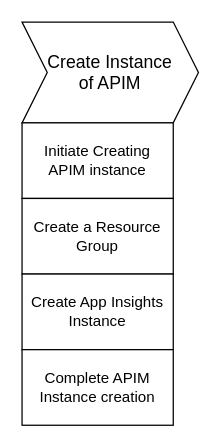
Before: Azure/APIs.drawio in Gaur4vGaur/probable-octo, a draw.io diagram. Source tidied: cells renumbered, new cells numbered last; positions are measured from the earlier drawing's top-left corner, leaving out a move shared by most shapes. Both pictures are drawn from the tidied source at 126%, with x=0, y=0 at pixel (21, 21).
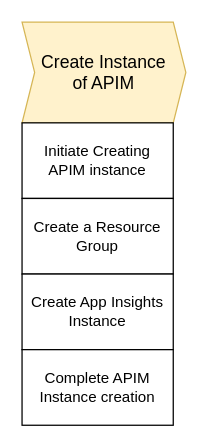
The same diagram, later.

What changed in the source:
```diff
@@
 <mxGraphModel>
   <root>
     <mxCell id="0" />
     <mxCell id="1" parent="0" />
-    <mxCell id="2" value="&lt;font style=&quot;font-size: 14px;&quot;&gt;Create Instance&lt;br&gt;of APIM&lt;/font&gt;" style="shape=step;perimeter=stepPerimeter;whiteSpace=wrap;html=1;fixedSize=1;" parent="1" vertex="1">
-      <mxGeometry width="140" height="80" as="geometry" />
+    <mxCell id="2" value="&lt;font style=&quot;font-size: 14px;&quot;&gt;Create Instance&lt;br&gt;of APIM&lt;/font&gt;" style="shape=step;perimeter=stepPerimeter;whiteSpace=wrap;html=1;fixedSize=1;size=10;fillColor=#fff2cc;strokeColor=#d6b656;" parent="1" vertex="1">
+      <mxGeometry width="130" height="80" as="geometry" />
     </mxCell>
     <mxCell id="3" value="Initiate Creating&lt;br&gt;APIM instance" style="rounded=0;whiteSpace=wrap;html=1;" parent="1" vertex="1">
       <mxGeometry y="80" width="120" height="60" as="geometry" />
     </mxCell>
     <mxCell id="4" value="Create a Resource Group" style="rounded=0;whiteSpace=wrap;html=1;" parent="1" vertex="1">
       <mxGeometry y="140" width="120" height="60" as="geometry" />
     </mxCell>
     <mxCell id="5" value="Create App Insights Instance" style="rounded=0;whiteSpace=wrap;html=1;" parent="1" vertex="1">
       <mxGeometry y="200" width="120" height="60" as="geometry" />
     </mxCell>
     <mxCell id="6" value="Complete APIM Instance creation" style="rounded=0;whiteSpace=wrap;html=1;" parent="1" vertex="1">
       <mxGeometry y="260" width="120" height="60" as="geometry" />
     </mxCell>
   </root>
 </mxGraphModel>
```
